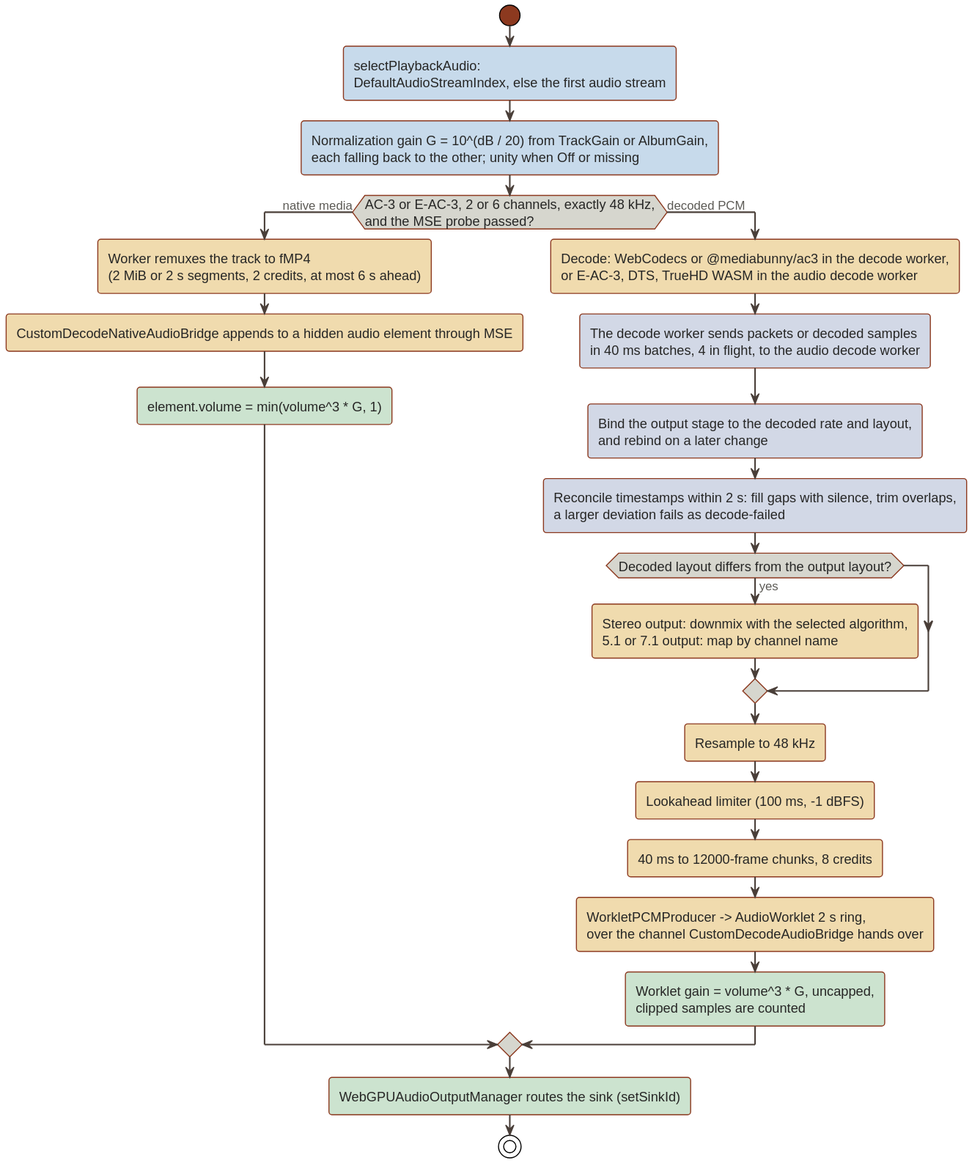
Before: docs/src/diagrams/audio-output.light.svg, a diagram exported from PlantUML (alchemyyy/WebGPU-Player).
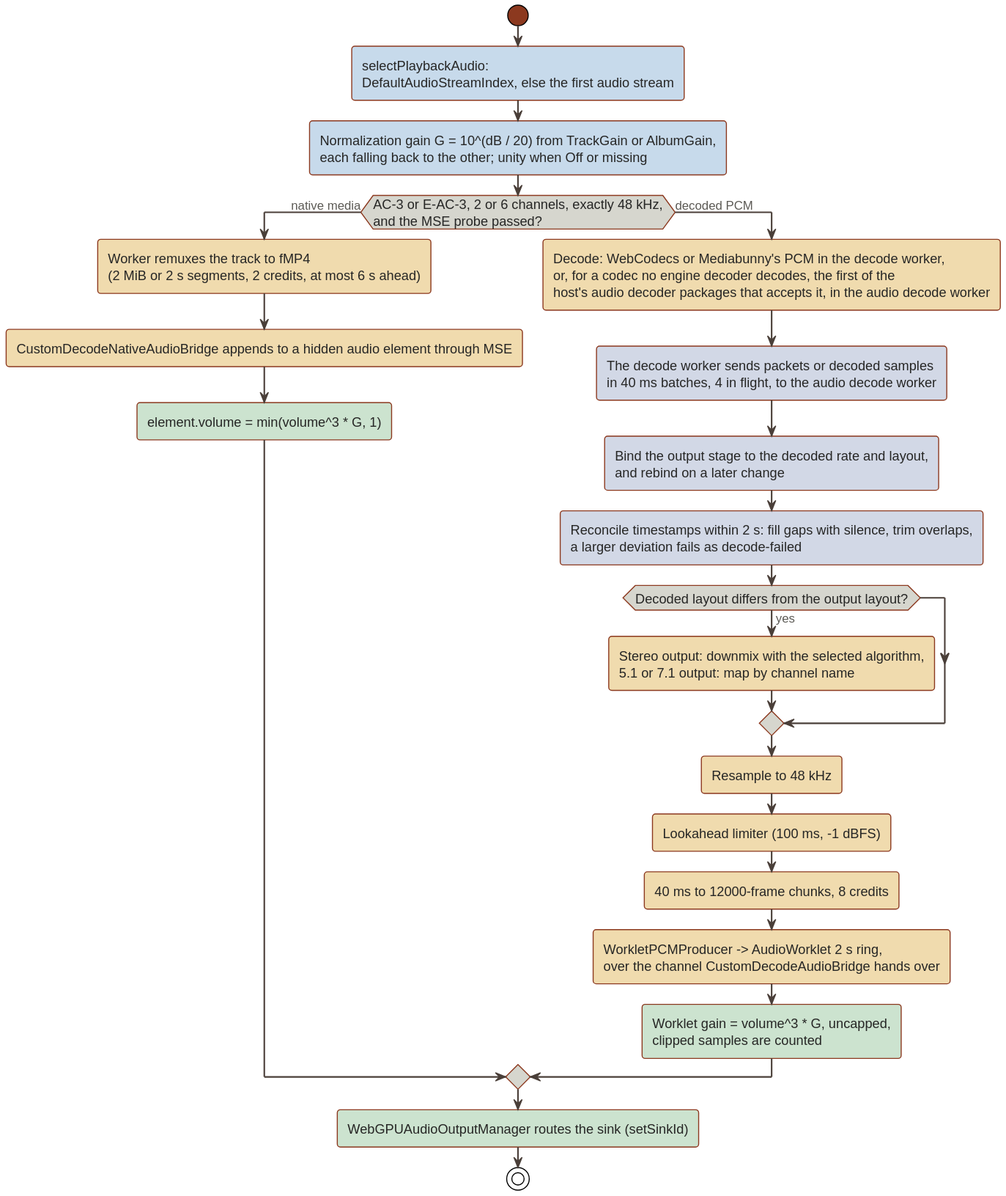
After the commit.

Diff of the diagram source:
```diff
@@ -12,8 +12,9 @@
   :CustomDecodeNativeAudioBridge appends to a hidden audio element through MSE; <<$HL_AMBER>>
   :element.volume = min(volume^3 * G, 1); <<$HL_GREEN>>
 else (decoded PCM)
-  :Decode: WebCodecs or @mediabunny/ac3 in the decode worker,
-  or E-AC-3, DTS, TrueHD WASM in the audio decode worker; <<$HL_AMBER>>
+  :Decode: WebCodecs or Mediabunny's PCM in the decode worker,
+  or, for a codec no engine decoder decodes, the first of the
+  host's audio decoder packages that accepts it, in the audio decode worker; <<$HL_AMBER>>
   :The decode worker sends packets or decoded samples
   in 40 ms batches, 4 in flight, to the audio decode worker; <<$HL_NAVY>>
   :Bind the output stage to the decoded rate and layout,
```
